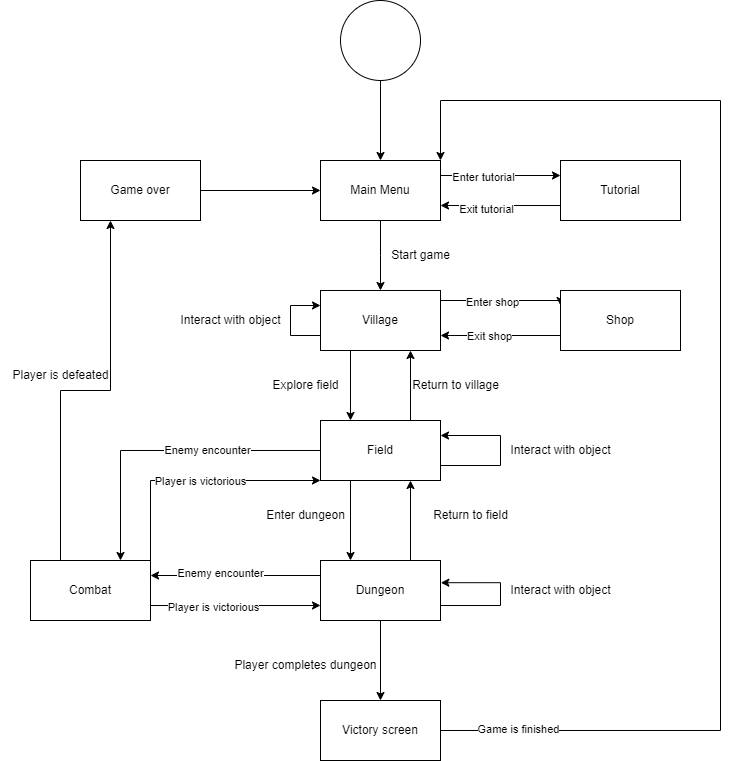
Above: images/NavDiagram.png in Tech13-08/Fleecing-Fate (draw.io), before the change. Source tidied: cells renumbered, new cells last; positions are measured from the earlier drawing's top-left corner, leaving out a move shared by most shapes.
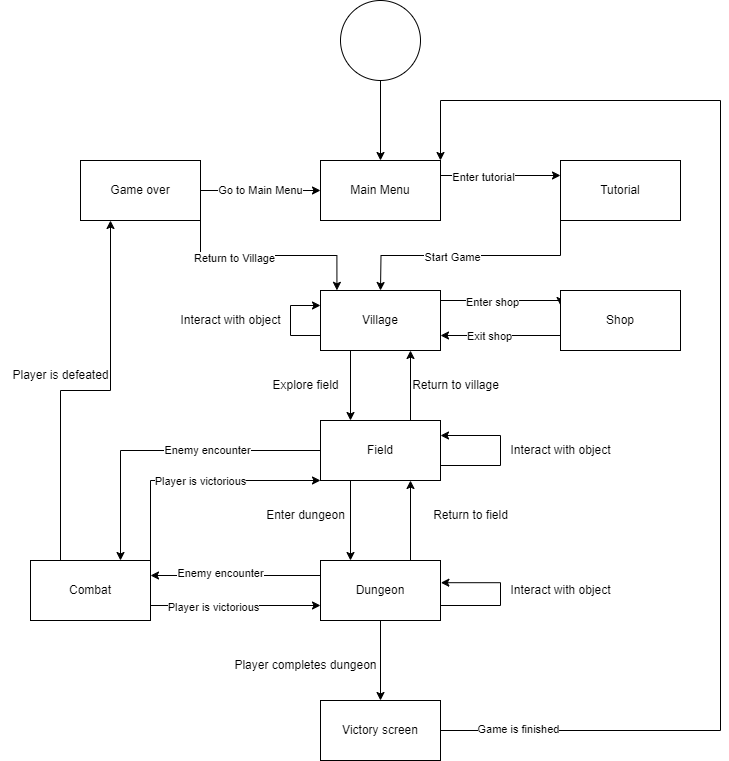
After the change.

Commit message:
updated nav diagram

Change to the diagram source:
```diff
@@ -14,26 +14,20 @@
     <mxCell id="5" value="Enter tutorial" style="edgeLabel;html=1;align=center;verticalAlign=middle;" parent="4" vertex="1">
       <mxGeometry x="-0.3" y="-1" relative="1" as="geometry" />
     </mxCell>
-    <mxCell id="6" style="edgeStyle=orthogonalEdgeStyle;rounded=0;jettySize=auto;html=1;exitX=0.5;exitY=1;exitDx=0;exitDy=0;entryX=0.5;entryY=0;entryDx=0;entryDy=0;" parent="1" edge="1" source="7">
+    <mxCell id="6" style="edgeStyle=orthogonalEdgeStyle;rounded=0;jettySize=auto;html=1;exitX=0;exitY=1;exitDx=0;exitDy=0;entryX=0.5;entryY=0;entryDx=0;entryDy=0;" parent="1" edge="1" source="10">
       <mxGeometry relative="1" as="geometry">
         <mxPoint x="380" y="290" as="targetPoint" />
       </mxGeometry>
     </mxCell>
+    <mxCell id="52" value="Start Game" style="edgeLabel;html=1;align=center;verticalAlign=middle;" parent="6" vertex="1">
+      <mxGeometry x="0.16" y="1" relative="1" as="geometry" />
+    </mxCell>
     <mxCell id="7" value="Main Menu" style="rounded=0;whiteSpace=wrap;html=1;" parent="1" vertex="1">
       <mxGeometry x="320" y="160" width="120" height="60" as="geometry" />
     </mxCell>
-    <mxCell id="8" style="edgeStyle=orthogonalEdgeStyle;rounded=0;jettySize=auto;html=1;exitX=0;exitY=0.75;exitDx=0;exitDy=0;entryX=1;entryY=0.75;entryDx=0;entryDy=0;" parent="1" edge="1" source="10" target="7">
-      <mxGeometry relative="1" as="geometry" />
-    </mxCell>
-    <mxCell id="9" value="Exit tutorial" style="edgeLabel;html=1;align=center;verticalAlign=middle;" parent="8" vertex="1">
-      <mxGeometry x="0.25" y="3" relative="1" as="geometry" />
-    </mxCell>
     <mxCell id="10" value="Tutorial" style="rounded=0;whiteSpace=wrap;html=1;" parent="1" vertex="1">
       <mxGeometry x="560" y="160" width="120" height="60" as="geometry" />
     </mxCell>
-    <mxCell id="11" value="Start game" style="text;html=1;align=center;verticalAlign=middle;strokeColor=none;fillColor=none;" parent="1" vertex="1">
-      <mxGeometry x="380" y="240" width="80" height="30" as="geometry" />
-    </mxCell>
     <mxCell id="12" style="edgeStyle=orthogonalEdgeStyle;rounded=0;jettySize=auto;html=1;exitX=1;exitY=0.25;exitDx=0;exitDy=0;entryX=0;entryY=0.25;entryDx=0;entryDy=0;" parent="1" edge="1" source="15" target="18">
       <mxGeometry relative="1" as="geometry">
         <Array as="points">
@@ -75,9 +69,15 @@
     <mxCell id="23" value="Dungeon" style="rounded=0;whiteSpace=wrap;html=1;" parent="1" vertex="1">
       <mxGeometry x="320" y="560" width="120" height="60" as="geometry" />
     </mxCell>
-    <mxCell id="24" style="edgeStyle=orthogonalEdgeStyle;rounded=0;jettySize=auto;html=1;exitX=1;exitY=0.5;exitDx=0;exitDy=0;entryX=0;entryY=0.5;entryDx=0;entryDy=0;" parent="1" edge="1" source="25" target="7">
+    <mxCell id="24" value="Go to Main Menu&lt;br&gt;" style="edgeStyle=orthogonalEdgeStyle;rounded=0;jettySize=auto;html=1;exitX=1;exitY=0.5;exitDx=0;exitDy=0;entryX=0;entryY=0.5;entryDx=0;entryDy=0;" parent="1" edge="1" source="25" target="7">
       <mxGeometry relative="1" as="geometry" />
     </mxCell>
+    <mxCell id="53" style="edgeStyle=orthogonalEdgeStyle;rounded=0;jettySize=auto;html=1;exitX=1;exitY=1;exitDx=0;exitDy=0;entryX=0.137;entryY=-0.003;entryDx=0;entryDy=0;entryPerimeter=0;" parent="1" edge="1" source="25" target="15">
+      <mxGeometry relative="1" as="geometry" />
+    </mxCell>
+    <mxCell id="54" value="Return to Village" style="edgeLabel;html=1;align=center;verticalAlign=middle;" parent="53" vertex="1">
+      <mxGeometry x="-0.34" y="-2" relative="1" as="geometry" />
+    </mxCell>
     <mxCell id="25" value="Game over" style="rounded=0;whiteSpace=wrap;html=1;" parent="1" vertex="1">
       <mxGeometry x="80" y="160" width="120" height="60" as="geometry" />
     </mxCell>
```
